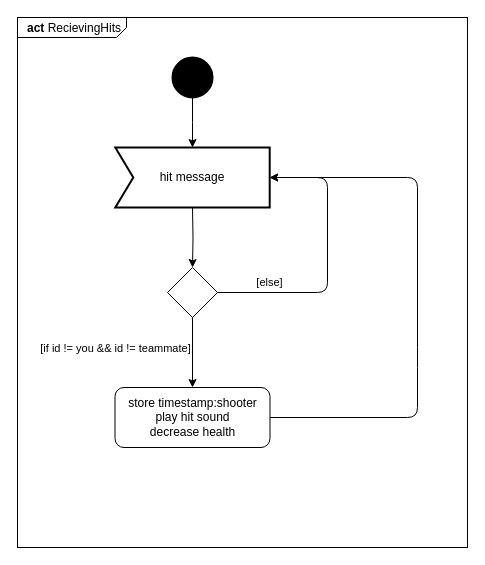
The draw.io diagram diagrammen/Activity diagrams/AD_player_UC043_RecievingHits.drawio in toob01/LaserGameHU, before the edit. Source tidied: cells renumbered, new cells numbered last; positions are measured from the earlier drawing's top-left corner, leaving out a move shared by most shapes. Both pictures are drawn from the tidied source at 100%, with x=0, y=0 at pixel (17, 17).
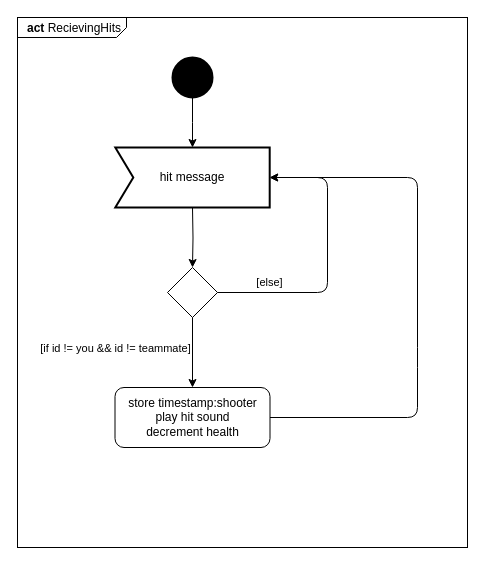
After the change.

The edit, as a diff of the source:
```diff
@@
-    <mxCell id="7" value="store timestamp:shooter&lt;br&gt;play hit sound&lt;br&gt;decrease health" style="rounded=1;whiteSpace=wrap;html=1;" parent="1" vertex="1">
+    <mxCell id="7" value="store timestamp:shooter&lt;br&gt;play hit sound&lt;br&gt;decrement health" style="rounded=1;whiteSpace=wrap;html=1;" parent="1" vertex="1">
       <mxGeometry x="97.5" y="370" width="155" height="60" as="geometry" />
     </mxCell>
```
